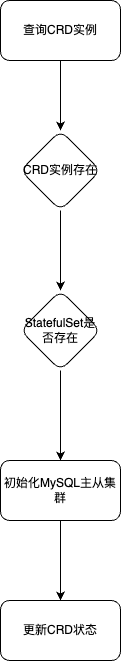
Earlier version of the draw.io export diagrams/MysqlOperator流程图.png (kbsonlong/notes_statics). Source tidied: cells renumbered, new cells last; positions are measured from the earlier drawing's top-left corner, leaving out a move shared by most shapes.
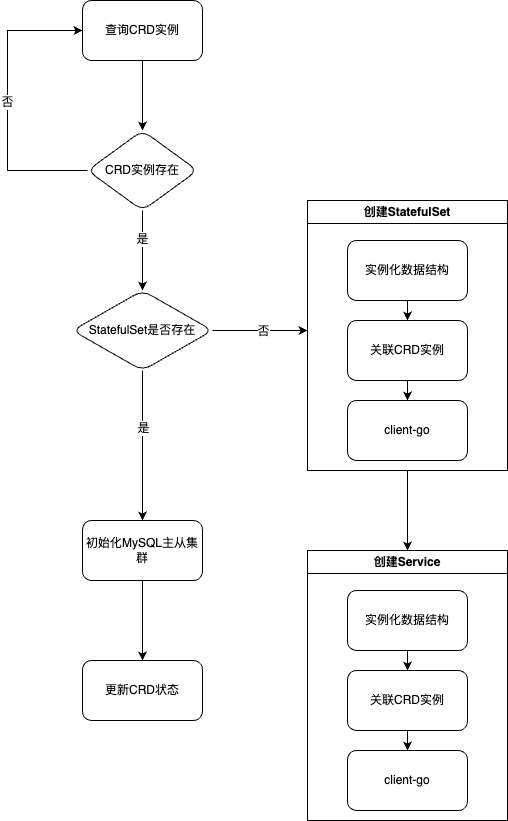
After the change.

Commit message:
更新MysqlOperator流程图.png

Change to the diagram source:
```diff
@@ -6,28 +6,95 @@
       <mxGeometry relative="1" as="geometry" />
     </mxCell>
     <mxCell id="3" value="查询CRD实例" style="rounded=1;whiteSpace=wrap;html=1;" parent="1" vertex="1">
-      <mxGeometry width="120" height="60" as="geometry" />
+      <mxGeometry x="15" width="120" height="60" as="geometry" />
     </mxCell>
     <mxCell id="4" style="edgeStyle=orthogonalEdgeStyle;rounded=0;jettySize=auto;html=1;" parent="1" edge="1" source="5" target="7">
       <mxGeometry relative="1" as="geometry" />
     </mxCell>
+    <mxCell id="11" value="是" style="edgeLabel;html=1;align=center;verticalAlign=middle;" parent="4" vertex="1">
+      <mxGeometry x="-0.3" y="-1" relative="1" as="geometry" />
+    </mxCell>
+    <mxCell id="12" value="否" style="edgeStyle=orthogonalEdgeStyle;rounded=0;jettySize=auto;html=1;exitX=0;exitY=0.5;exitDx=0;exitDy=0;entryX=0;entryY=0.5;entryDx=0;entryDy=0;" parent="1" edge="1" source="5" target="3">
+      <mxGeometry relative="1" as="geometry">
+        <Array as="points">
+          <mxPoint x="-60" y="170" />
+          <mxPoint x="-60" y="30" />
+        </Array>
+      </mxGeometry>
+    </mxCell>
     <mxCell id="5" value="CRD实例存在" style="rhombus;whiteSpace=wrap;html=1;rounded=1;" parent="1" vertex="1">
-      <mxGeometry x="20" y="130" width="80" height="80" as="geometry" />
+      <mxGeometry x="20" y="130" width="110" height="80" as="geometry" />
     </mxCell>
     <mxCell id="6" style="edgeStyle=orthogonalEdgeStyle;rounded=0;jettySize=auto;html=1;" parent="1" edge="1" source="7" target="9">
       <mxGeometry relative="1" as="geometry" />
     </mxCell>
+    <mxCell id="13" value="是" style="edgeLabel;html=1;align=center;verticalAlign=middle;" parent="6" vertex="1">
+      <mxGeometry x="-0.24" relative="1" as="geometry" />
+    </mxCell>
+    <mxCell id="14" style="edgeStyle=orthogonalEdgeStyle;rounded=0;jettySize=auto;html=1;" parent="1" edge="1" source="7">
+      <mxGeometry relative="1" as="geometry">
+        <mxPoint x="240" y="330" as="targetPoint" />
+      </mxGeometry>
+    </mxCell>
+    <mxCell id="15" value="否" style="edgeLabel;html=1;align=center;verticalAlign=middle;" parent="14" vertex="1">
+      <mxGeometry x="0.08" relative="1" as="geometry" />
+    </mxCell>
     <mxCell id="7" value="StatefulSet是否存在" style="rhombus;whiteSpace=wrap;html=1;rounded=1;" parent="1" vertex="1">
-      <mxGeometry x="20" y="290" width="80" height="80" as="geometry" />
+      <mxGeometry x="5" y="290" width="140" height="80" as="geometry" />
     </mxCell>
     <mxCell id="8" style="edgeStyle=orthogonalEdgeStyle;rounded=0;jettySize=auto;html=1;" parent="1" edge="1" source="9" target="10">
       <mxGeometry relative="1" as="geometry" />
     </mxCell>
     <mxCell id="9" value="初始化MySQL主从集群" style="whiteSpace=wrap;html=1;rounded=1;" parent="1" vertex="1">
-      <mxGeometry y="460" width="120" height="60" as="geometry" />
+      <mxGeometry x="15" y="520" width="120" height="60" as="geometry" />
     </mxCell>
     <mxCell id="10" value="更新CRD状态" style="whiteSpace=wrap;html=1;rounded=1;" parent="1" vertex="1">
-      <mxGeometry y="600" width="120" height="60" as="geometry" />
+      <mxGeometry x="15" y="660" width="120" height="60" as="geometry" />
     </mxCell>
+    <mxCell id="16" style="edgeStyle=orthogonalEdgeStyle;rounded=0;jettySize=auto;html=1;" parent="1" edge="1" source="17" target="20">
+      <mxGeometry relative="1" as="geometry" />
+    </mxCell>
+    <mxCell id="17" value="实例化数据结构" style="whiteSpace=wrap;html=1;rounded=1;" parent="1" vertex="1">
+      <mxGeometry x="280" y="240" width="120" height="60" as="geometry" />
+    </mxCell>
+    <mxCell id="18" style="edgeStyle=orthogonalEdgeStyle;rounded=0;jettySize=auto;html=1;" parent="1" edge="1" source="20" target="21">
+      <mxGeometry relative="1" as="geometry" />
+    </mxCell>
+    <mxCell id="19" style="edgeStyle=orthogonalEdgeStyle;rounded=0;jettySize=auto;html=1;" parent="1" edge="1" source="20" target="21">
+      <mxGeometry relative="1" as="geometry" />
+    </mxCell>
+    <mxCell id="20" value="关联CRD实例" style="whiteSpace=wrap;html=1;rounded=1;" parent="1" vertex="1">
+      <mxGeometry x="280" y="320" width="120" height="60" as="geometry" />
+    </mxCell>
+    <mxCell id="21" value="client-go" style="whiteSpace=wrap;html=1;rounded=1;" parent="1" vertex="1">
+      <mxGeometry x="280" y="400" width="120" height="60" as="geometry" />
+    </mxCell>
+    <mxCell id="22" style="edgeStyle=orthogonalEdgeStyle;rounded=0;jettySize=auto;html=1;exitX=0.5;exitY=1;exitDx=0;exitDy=0;entryX=0.5;entryY=0;entryDx=0;entryDy=0;" parent="1" edge="1" source="23" target="30">
+      <mxGeometry relative="1" as="geometry" />
+    </mxCell>
+    <mxCell id="23" value="创建StatefulSet" style="swimlane;whiteSpace=wrap;html=1;" parent="1" vertex="1">
+      <mxGeometry x="240" y="200" width="200" height="270" as="geometry" />
+    </mxCell>
+    <mxCell id="24" style="edgeStyle=orthogonalEdgeStyle;rounded=0;jettySize=auto;html=1;" parent="1" edge="1" source="25" target="28">
+      <mxGeometry relative="1" as="geometry" />
+    </mxCell>
+    <mxCell id="25" value="实例化数据结构" style="whiteSpace=wrap;html=1;rounded=1;" parent="1" vertex="1">
+      <mxGeometry x="280" y="590" width="120" height="60" as="geometry" />
+    </mxCell>
+    <mxCell id="26" style="edgeStyle=orthogonalEdgeStyle;rounded=0;jettySize=auto;html=1;" parent="1" edge="1" source="28" target="29">
+      <mxGeometry relative="1" as="geometry" />
+    </mxCell>
+    <mxCell id="27" style="edgeStyle=orthogonalEdgeStyle;rounded=0;jettySize=auto;html=1;" parent="1" edge="1" source="28" target="29">
+      <mxGeometry relative="1" as="geometry" />
+    </mxCell>
+    <mxCell id="28" value="关联CRD实例" style="whiteSpace=wrap;html=1;rounded=1;" parent="1" vertex="1">
+      <mxGeometry x="280" y="670" width="120" height="60" as="geometry" />
+    </mxCell>
+    <mxCell id="29" value="client-go" style="whiteSpace=wrap;html=1;rounded=1;" parent="1" vertex="1">
+      <mxGeometry x="280" y="750" width="120" height="60" as="geometry" />
+    </mxCell>
+    <mxCell id="30" value="创建Service" style="swimlane;whiteSpace=wrap;html=1;" parent="1" vertex="1">
+      <mxGeometry x="240" y="550" width="200" height="270" as="geometry" />
+    </mxCell>
   </root>
 </mxGraphModel>
```
